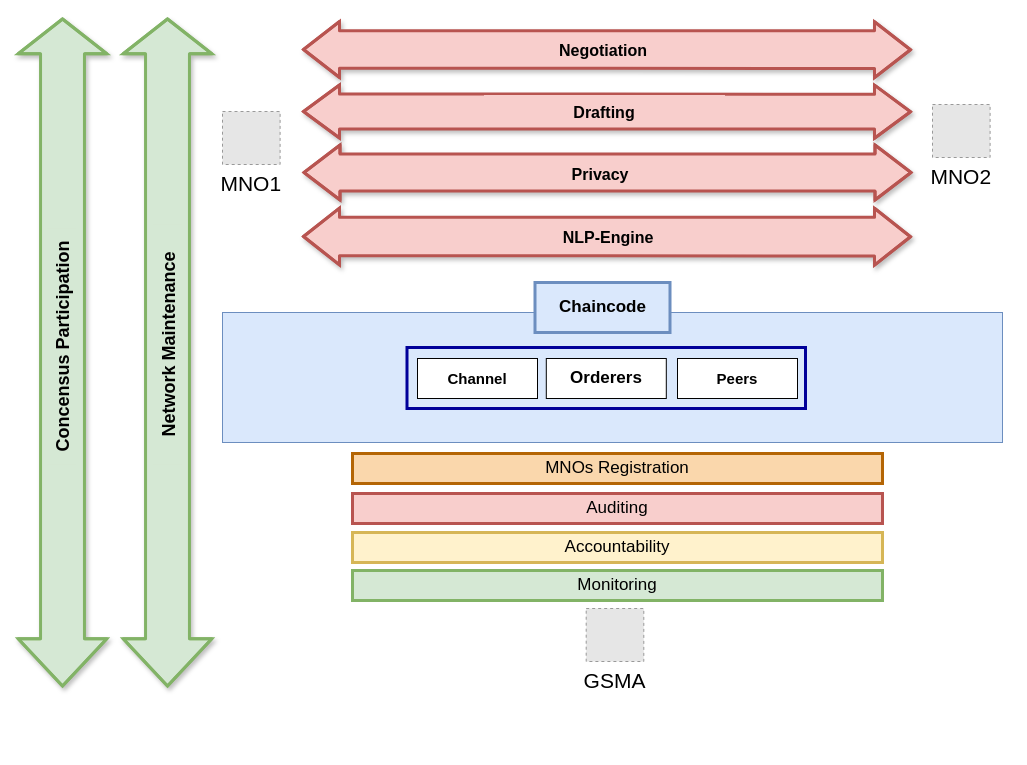
Earlier version of the draw.io diagram images/Refence Architecture.drawio (sfl0r3nz05/Reports). Source tidied: cells renumbered, new cells numbered last; positions are measured from the earlier drawing's top-left corner, leaving out a move shared by most shapes. Both pictures are drawn from the tidied source at 100%, with x=0, y=0 at pixel (-57, 17). Pictures stored in the file or linked from it are replaced by grey dashed boxes.
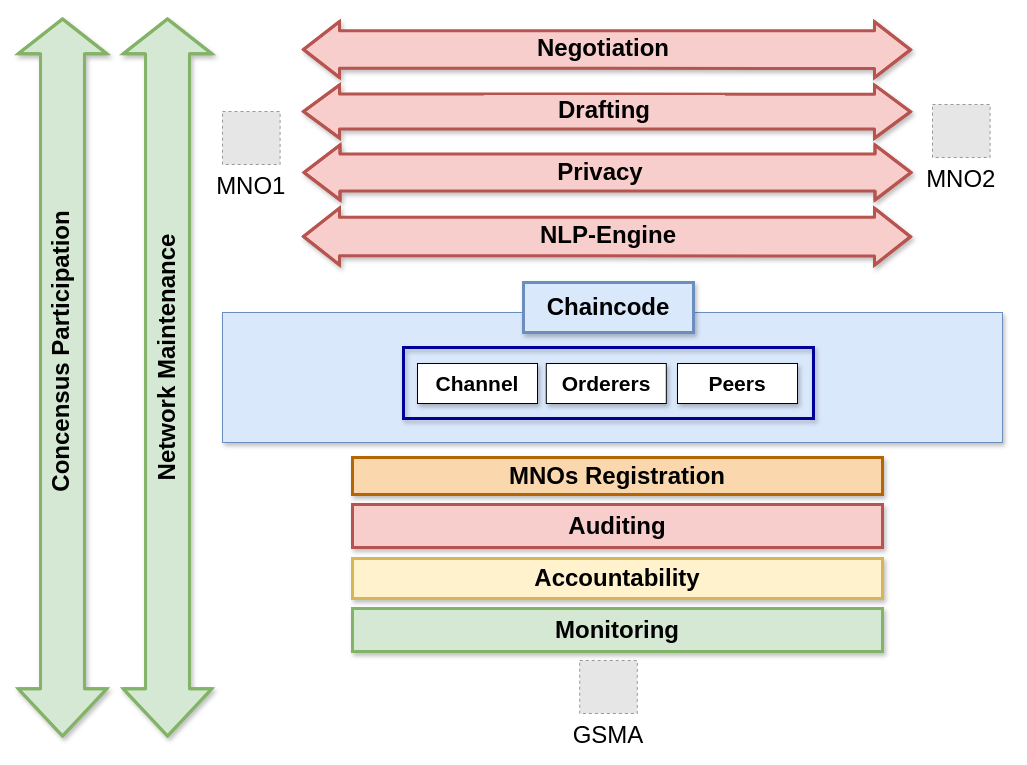
The same diagram, later.

What changed in the source:
```diff
@@
-    <mxCell id="3" style="rounded=0;whiteSpace=wrap;html=1;fillColor=#dae8fc;strokeColor=#6c8ebf;" parent="1" vertex="1">
+    <mxCell id="3" style="rounded=0;whiteSpace=wrap;html=1;fillColor=#dae8fc;strokeColor=#6c8ebf;shadow=1;" parent="1" vertex="1">
       <mxGeometry x="279" y="295" width="780" height="130" as="geometry" />
     </mxCell>
-    <mxCell id="4" value="&lt;font size=&quot;1&quot;&gt;&lt;b style=&quot;font-size: 17px&quot;&gt;Chaincode&lt;/b&gt;&lt;/font&gt;" style="rounded=0;whiteSpace=wrap;html=1;fillColor=#dae8fc;strokeColor=#6c8ebf;strokeWidth=3;" parent="1" vertex="1">
-      <mxGeometry x="591.5" y="265" width="135" height="50" as="geometry" />
+    <mxCell id="4" value="&lt;font size=&quot;1&quot;&gt;&lt;b style=&quot;font-size: 24px&quot;&gt;Chaincode&lt;/b&gt;&lt;/font&gt;" style="rounded=0;whiteSpace=wrap;html=1;fillColor=#dae8fc;strokeColor=#6c8ebf;strokeWidth=3;shadow=1;" parent="1" vertex="1">
+      <mxGeometry x="580" y="265" width="170" height="50" as="geometry" />
     </mxCell>
-    <mxCell id="5" value="MNO1" style="fillColor=#E6E6E6;strokeColor=#999999;dashed=1;verticalLabelPosition=bottom;labelBackgroundColor=#ffffff;verticalAlign=top;fontSize=21;" parent="1" vertex="1">
+    <mxCell id="5" value="MNO1" style="fillColor=#E6E6E6;strokeColor=#999999;dashed=1;verticalLabelPosition=bottom;labelBackgroundColor=#ffffff;verticalAlign=top;fontSize=24;" parent="1" vertex="1">
       <mxGeometry x="279" y="94" width="57.6" height="53" as="geometry" />
     </mxCell>
-    <mxCell id="6" value="MNO2" style="fillColor=#E6E6E6;strokeColor=#999999;dashed=1;verticalLabelPosition=bottom;labelBackgroundColor=#ffffff;verticalAlign=top;fontSize=21;" parent="1" vertex="1">
+    <mxCell id="6" value="MNO2" style="fillColor=#E6E6E6;strokeColor=#999999;dashed=1;verticalLabelPosition=bottom;labelBackgroundColor=#ffffff;verticalAlign=top;fontSize=24;" parent="1" vertex="1">
       <mxGeometry x="989" y="87" width="57.6" height="53" as="geometry" />
     </mxCell>
-    <mxCell id="7" value="GSMA" style="fillColor=#E6E6E6;strokeColor=#999999;dashed=1;verticalLabelPosition=bottom;labelBackgroundColor=#ffffff;verticalAlign=top;fontSize=21;" parent="1" vertex="1">
-      <mxGeometry x="642.7" y="591" width="57.6" height="53" as="geometry" />
+    <mxCell id="7" value="GSMA" style="fillColor=#E6E6E6;strokeColor=#999999;dashed=1;verticalLabelPosition=bottom;labelBackgroundColor=#ffffff;verticalAlign=top;fontSize=24;" parent="1" vertex="1">
+      <mxGeometry x="636.2" y="643" width="57.6" height="53" as="geometry" />
     </mxCell>
-    <mxCell id="8" value="&lt;font style=&quot;font-size: 17px&quot;&gt;Auditing&lt;/font&gt;" style="rounded=0;whiteSpace=wrap;html=1;strokeColor=#b85450;strokeWidth=3;fillColor=#f8cecc;" parent="1" vertex="1">
-      <mxGeometry x="409" y="476" width="530" height="30" as="geometry" />
+    <mxCell id="8" value="&lt;font style=&quot;font-size: 24px&quot;&gt;&lt;b&gt;Auditing&lt;/b&gt;&lt;/font&gt;" style="rounded=0;whiteSpace=wrap;html=1;strokeColor=#b85450;strokeWidth=3;fillColor=#f8cecc;shadow=1;" parent="1" vertex="1">
+      <mxGeometry x="409" y="487" width="530" height="43" as="geometry" />
     </mxCell>
-    <mxCell id="9" value="&lt;font style=&quot;font-size: 17px&quot;&gt;Accountability&lt;/font&gt;" style="rounded=0;whiteSpace=wrap;html=1;strokeColor=#d6b656;strokeWidth=3;fillColor=#fff2cc;" parent="1" vertex="1">
-      <mxGeometry x="409" y="515" width="530" height="30" as="geometry" />
+    <mxCell id="9" value="&lt;font style=&quot;font-size: 24px&quot;&gt;&lt;b&gt;Accountability&lt;/b&gt;&lt;/font&gt;" style="rounded=0;whiteSpace=wrap;html=1;strokeColor=#d6b656;strokeWidth=3;fillColor=#fff2cc;shadow=1;" parent="1" vertex="1">
+      <mxGeometry x="409" y="541" width="530" height="40" as="geometry" />
     </mxCell>
-    <mxCell id="10" value="&lt;font style=&quot;font-size: 17px&quot;&gt;Monitoring&lt;/font&gt;" style="rounded=0;whiteSpace=wrap;html=1;strokeColor=#82b366;strokeWidth=3;fillColor=#d5e8d4;" parent="1" vertex="1">
-      <mxGeometry x="409" y="553" width="530" height="30" as="geometry" />
+    <mxCell id="10" value="&lt;font style=&quot;font-size: 24px&quot;&gt;&lt;b&gt;Monitoring&lt;/b&gt;&lt;/font&gt;" style="rounded=0;whiteSpace=wrap;html=1;strokeColor=#82b366;strokeWidth=3;fillColor=#d5e8d4;shadow=1;" parent="1" vertex="1">
+      <mxGeometry x="409" y="591" width="530" height="43" as="geometry" />
     </mxCell>
-    <mxCell id="11" value="&lt;font style=&quot;font-size: 15px&quot;&gt;&lt;b&gt;Channel&lt;/b&gt;&lt;/font&gt;" style="rounded=0;whiteSpace=wrap;html=1;" parent="1" vertex="1">
-      <mxGeometry x="474" y="341" width="120" height="40" as="geometry" />
+    <mxCell id="11" value="&lt;font size=&quot;1&quot;&gt;&lt;b style=&quot;font-size: 21px&quot;&gt;Channel&lt;/b&gt;&lt;/font&gt;" style="rounded=0;whiteSpace=wrap;html=1;shadow=1;" parent="1" vertex="1">
+      <mxGeometry x="474" y="346" width="120" height="40" as="geometry" />
     </mxCell>
-    <mxCell id="12" value="&lt;font size=&quot;1&quot;&gt;&lt;b style=&quot;font-size: 17px&quot;&gt;Orderers&lt;/b&gt;&lt;/font&gt;" style="rounded=0;whiteSpace=wrap;html=1;" parent="1" vertex="1">
-      <mxGeometry x="602.8" y="341" width="120" height="40" as="geometry" />
+    <mxCell id="12" value="&lt;font size=&quot;1&quot;&gt;&lt;b style=&quot;font-size: 21px&quot;&gt;Orderers&lt;/b&gt;&lt;/font&gt;" style="rounded=0;whiteSpace=wrap;html=1;shadow=1;" parent="1" vertex="1">
+      <mxGeometry x="602.8" y="346" width="120" height="40" as="geometry" />
     </mxCell>
-    <mxCell id="13" value="&lt;font style=&quot;font-size: 15px&quot;&gt;&lt;b&gt;Peers&lt;/b&gt;&lt;/font&gt;" style="rounded=0;whiteSpace=wrap;html=1;" parent="1" vertex="1">
-      <mxGeometry x="734" y="341" width="120" height="40" as="geometry" />
+    <mxCell id="13" value="&lt;font size=&quot;1&quot;&gt;&lt;b style=&quot;font-size: 21px&quot;&gt;Peers&lt;/b&gt;&lt;/font&gt;" style="rounded=0;whiteSpace=wrap;html=1;shadow=1;" parent="1" vertex="1">
+      <mxGeometry x="734" y="346" width="120" height="40" as="geometry" />
     </mxCell>
-    <mxCell id="14" style="rounded=0;whiteSpace=wrap;html=1;fillColor=none;strokeWidth=3;strokeColor=#000099;" parent="1" vertex="1">
-      <mxGeometry x="463.5" y="330" width="398.5" height="61" as="geometry" />
+    <mxCell id="14" style="rounded=0;whiteSpace=wrap;html=1;fillColor=none;strokeWidth=3;strokeColor=#000099;shadow=1;" parent="1" vertex="1">
+      <mxGeometry x="460" y="330" width="410" height="71" as="geometry" />
     </mxCell>
-    <mxCell id="15" value="&lt;font style=&quot;font-size: 17px&quot;&gt;MNOs&amp;nbsp;&lt;/font&gt;&lt;span style=&quot;font-size: 17px&quot;&gt;Registration&lt;/span&gt;" style="rounded=0;whiteSpace=wrap;html=1;strokeColor=#b46504;strokeWidth=3;fillColor=#fad7ac;" parent="1" vertex="1">
-      <mxGeometry x="409" y="436" width="530" height="30" as="geometry" />
+    <mxCell id="15" value="&lt;font style=&quot;font-size: 24px&quot;&gt;&lt;b&gt;&lt;font style=&quot;font-size: 24px&quot;&gt;MNOs&amp;nbsp;&lt;/font&gt;Registration&lt;/b&gt;&lt;/font&gt;" style="rounded=0;whiteSpace=wrap;html=1;strokeColor=#b46504;strokeWidth=3;fillColor=#fad7ac;shadow=1;" parent="1" vertex="1">
+      <mxGeometry x="409" y="440" width="530" height="37" as="geometry" />
     </mxCell>
@@
     <mxCell id="19" style="shape=flexArrow;endArrow=classic;startArrow=classic;html=1;rounded=1;fontSize=15;startWidth=41.714285714285715;startSize=14.757142857142858;width=41.904761904761905;endWidth=41.714285714285715;endSize=10.585714285714285;fillColor=#d5e8d4;strokeColor=#82b366;strokeWidth=3;shadow=1;" parent="1" edge="1">
       <mxGeometry x="-0.02" relative="1" as="geometry">
-        <mxPoint x="224" y="670" as="sourcePoint" />
+        <mxPoint x="224" y="720" as="sourcePoint" />
         <mxPoint x="224" as="targetPoint" />
         <Array as="points">
           <mxPoint x="224" y="400" />
         </Array>
       </mxGeometry>
     </mxCell>
-    <mxCell id="20" value="Network Maintenance" style="text;fontSize=18;rotation=270;fillColor=#d5e8d4;strokeColor=none;align=center;labelBorderColor=none;html=1;whiteSpace=wrap;fontStyle=1;strokeWidth=0;" parent="1" vertex="1">
-      <mxGeometry x="104" y="312" width="240" height="30" as="geometry" />
+    <mxCell id="20" value="&lt;font style=&quot;font-size: 24px&quot;&gt;Network Maintenance&lt;/font&gt;" style="text;fontSize=18;rotation=270;fillColor=#d5e8d4;strokeColor=none;align=center;labelBorderColor=none;html=1;whiteSpace=wrap;fontStyle=1;strokeWidth=0;verticalAlign=middle;" parent="1" vertex="1">
+      <mxGeometry x="81" y="325" width="286" height="30" as="geometry" />
     </mxCell>
     <mxCell id="21" style="shape=flexArrow;endArrow=classic;startArrow=classic;html=1;rounded=1;fontSize=15;startWidth=41.714285714285715;startSize=14.757142857142858;width=41.904761904761905;endWidth=41.714285714285715;endSize=10.585714285714285;fillColor=#d5e8d4;strokeColor=#82b366;strokeWidth=3;shadow=1;" parent="1" edge="1">
       <mxGeometry x="-0.02" relative="1" as="geometry">
-        <mxPoint x="119" y="670" as="sourcePoint" />
+        <mxPoint x="119" y="720" as="sourcePoint" />
         <mxPoint x="119" as="targetPoint" />
         <Array as="points">
           <mxPoint x="119" y="400" />
         </Array>
       </mxGeometry>
     </mxCell>
-    <mxCell id="22" value="&lt;span style=&quot;font-size: 18px;&quot;&gt;Concensus Participation&lt;/span&gt;" style="text;fontSize=18;rotation=270;fillColor=#d5e8d4;strokeColor=none;align=center;labelBorderColor=none;html=1;whiteSpace=wrap;fontStyle=1;strokeWidth=0;" parent="1" vertex="1">
-      <mxGeometry y="314" width="236" height="30" as="geometry" />
+    <mxCell id="22" value="&lt;font style=&quot;font-size: 24px&quot;&gt;Concensus Participation&lt;/font&gt;" style="text;fontSize=18;rotation=270;fillColor=#d5e8d4;strokeColor=none;align=center;labelBorderColor=none;html=1;whiteSpace=wrap;fontStyle=1;strokeWidth=0;verticalAlign=middle;" parent="1" vertex="1">
+      <mxGeometry x="-32" y="319" width="300" height="30" as="geometry" />
     </mxCell>
-    <mxCell id="23" value="&lt;b style=&quot;font-size: 16px ; background-color: rgb(248 , 206 , 204)&quot;&gt;NLP-Engine&lt;/b&gt;" style="text;fontSize=18;rotation=0;fillColor=#F8CECC;strokeColor=#F8CECC;align=center;labelBorderColor=none;html=1;whiteSpace=wrap;fontStyle=1;" parent="1" vertex="1">
+    <mxCell id="23" value="&lt;b style=&quot;background-color: rgb(248 , 206 , 204)&quot;&gt;&lt;font style=&quot;font-size: 24px&quot;&gt;NLP-Engine&lt;/font&gt;&lt;/b&gt;" style="text;fontSize=18;rotation=0;fillColor=#F8CECC;strokeColor=#F8CECC;align=center;labelBorderColor=none;html=1;whiteSpace=wrap;fontStyle=1;verticalAlign=middle;" parent="1" vertex="1">
       <mxGeometry x="545" y="203" width="240" height="30" as="geometry" />
     </mxCell>
-    <mxCell id="24" value="&lt;b style=&quot;font-size: 16px ; background-color: rgb(248 , 206 , 204)&quot;&gt;Privacy&lt;/b&gt;" style="text;fontSize=18;rotation=0;fillColor=#F8CECC;strokeColor=#F8CECC;align=center;labelBorderColor=none;html=1;whiteSpace=wrap;fontStyle=1;" parent="1" vertex="1">
+    <mxCell id="24" value="&lt;b style=&quot;background-color: rgb(248 , 206 , 204)&quot;&gt;&lt;font style=&quot;font-size: 24px&quot;&gt;Privacy&lt;/font&gt;&lt;/b&gt;" style="text;fontSize=18;rotation=0;fillColor=#F8CECC;strokeColor=#F8CECC;align=center;labelBorderColor=none;html=1;whiteSpace=wrap;fontStyle=1;verticalAlign=middle;" parent="1" vertex="1">
       <mxGeometry x="537" y="140" width="240" height="30" as="geometry" />
     </mxCell>
-    <mxCell id="25" value="&lt;b style=&quot;font-size: 16px ; background-color: rgb(248 , 206 , 204)&quot;&gt;Drafting&lt;/b&gt;" style="text;fontSize=18;rotation=0;fillColor=#F8CECC;strokeColor=#F8CECC;align=center;labelBorderColor=none;html=1;whiteSpace=wrap;fontStyle=1;" parent="1" vertex="1">
+    <mxCell id="25" value="&lt;b style=&quot;background-color: rgb(248 , 206 , 204)&quot;&gt;&lt;font style=&quot;font-size: 24px&quot;&gt;Drafting&lt;/font&gt;&lt;/b&gt;" style="text;fontSize=18;rotation=0;fillColor=#F8CECC;strokeColor=#F8CECC;align=center;labelBorderColor=none;html=1;whiteSpace=wrap;fontStyle=1;verticalAlign=middle;" parent="1" vertex="1">
       <mxGeometry x="541" y="78" width="240" height="30" as="geometry" />
     </mxCell>
-    <mxCell id="26" value="&lt;b style=&quot;font-size: 16px ; background-color: rgb(248 , 206 , 204)&quot;&gt;Negotiation&lt;/b&gt;" style="text;fontSize=18;rotation=0;fillColor=#F8CECC;strokeColor=#F8CECC;align=center;labelBorderColor=none;html=1;whiteSpace=wrap;fontStyle=1;" parent="1" vertex="1">
-      <mxGeometry x="539.5" y="16" width="240" height="30" as="geometry" />
+    <mxCell id="26" value="&lt;b style=&quot;background-color: rgb(248 , 206 , 204)&quot;&gt;&lt;font style=&quot;font-size: 24px&quot;&gt;Negotiation&lt;/font&gt;&lt;/b&gt;" style="text;fontSize=18;rotation=0;fillColor=#F8CECC;strokeColor=#F8CECC;align=center;labelBorderColor=none;html=1;whiteSpace=wrap;fontStyle=1;verticalAlign=middle;" parent="1" vertex="1">
+      <mxGeometry x="539.5" y="18" width="240" height="26" as="geometry" />
     </mxCell>
```
